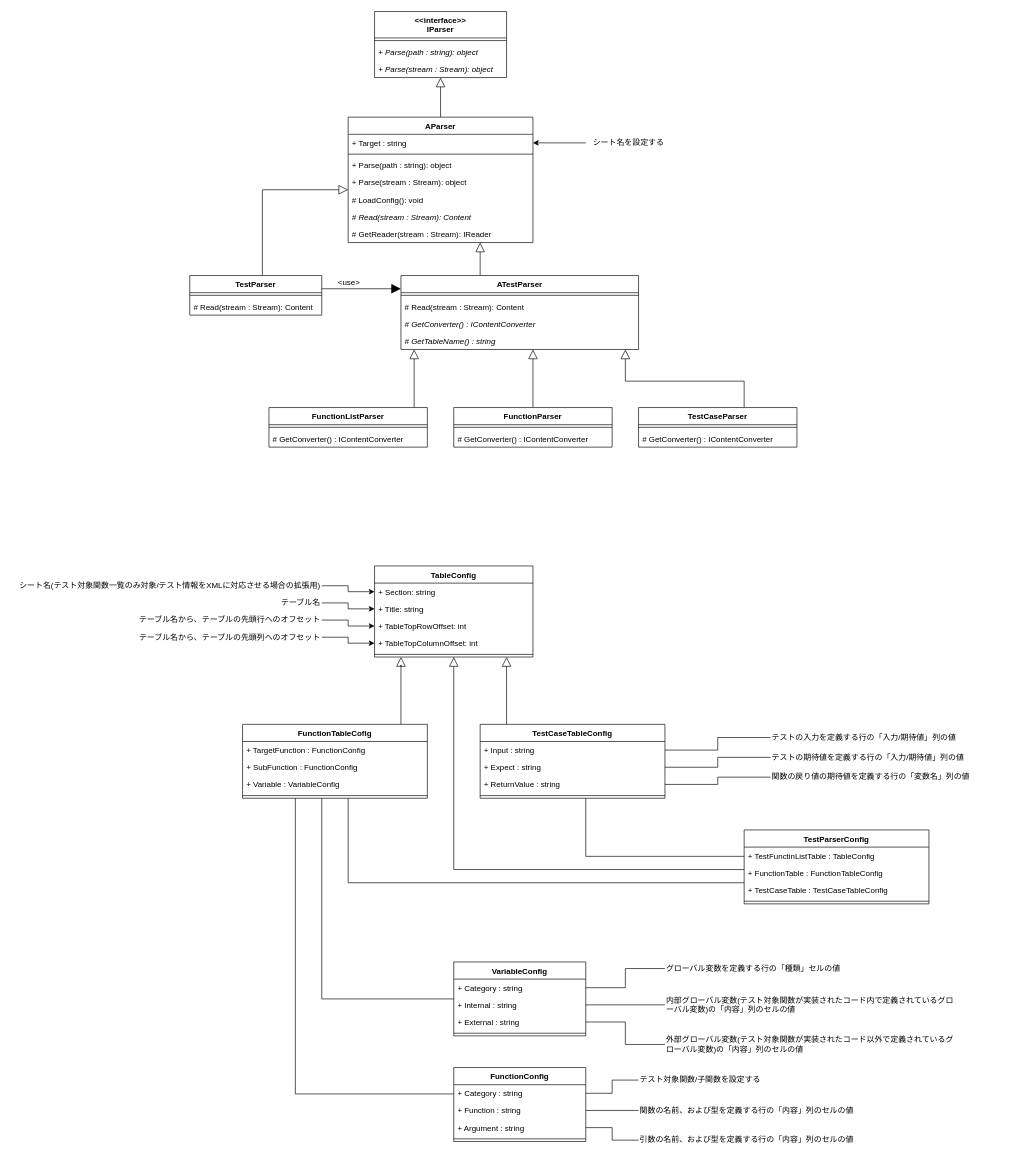
This is doc/design/AutoTestPrep_TestParse_class.drawio from CountrySideEngineer/AutoTestPrep, a draw.io file, before an edit. Source tidied: cells renumbered, new cells numbered last; positions are measured from the earlier drawing's top-left corner, leaving out a move shared by most shapes. Both pictures are drawn from the tidied source at 66%, with x=0, y=0 at pixel (11, 11).
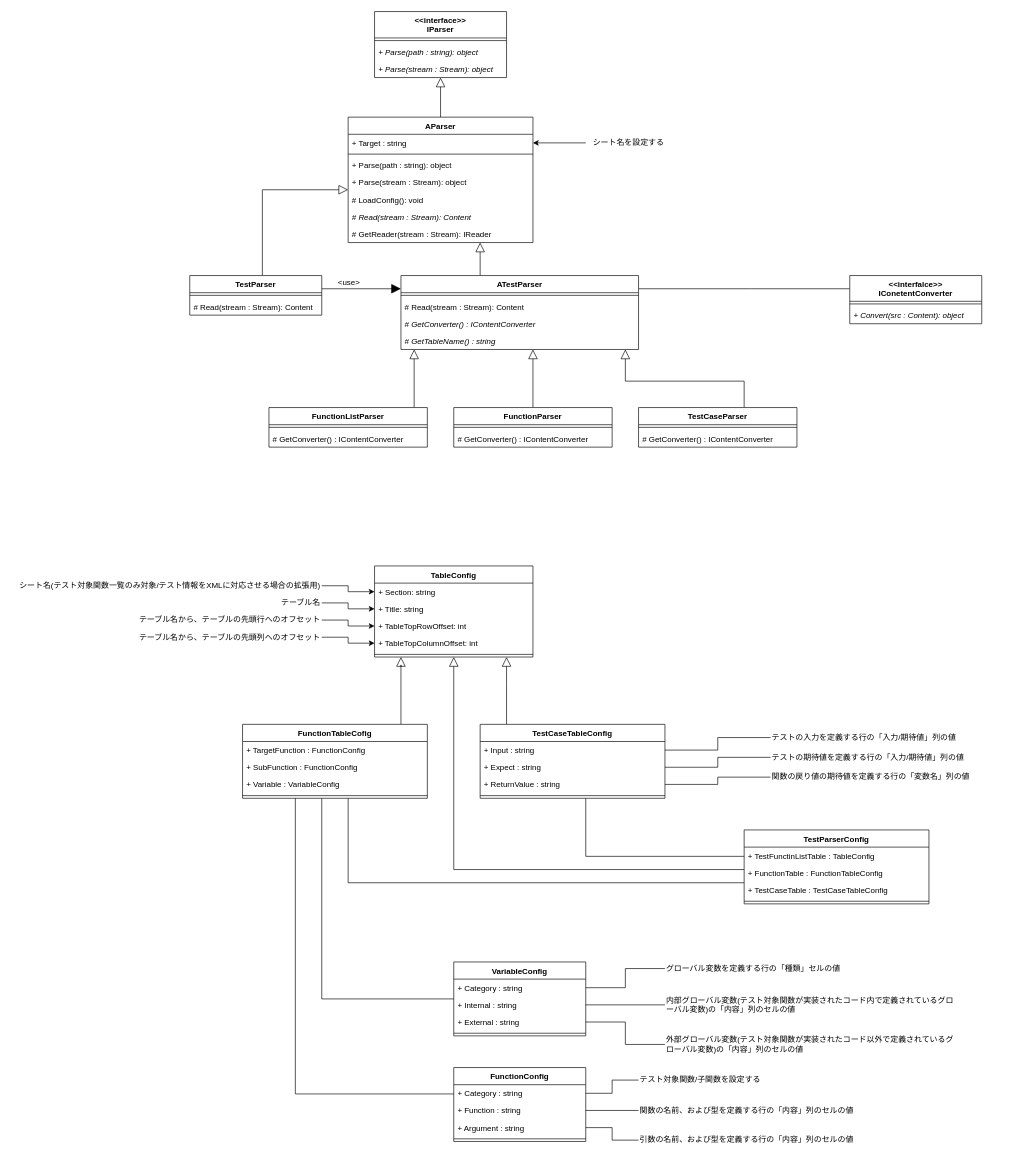
After the change.

Unchanged cells that the change refers to:
```xml
<mxCell id="13" value="ATestParser" style="swimlane;fontStyle=1;align=center;verticalAlign=top;horizontal=1;startSize=26;" parent="1" vertex="1">
  <mxGeometry x="590" y="400" width="360" height="112" as="geometry" />
</mxCell>
```

Diff of the diagram source:
```diff
@@
+    <mxCell id="105" style="edgeStyle=orthogonalEdgeStyle;rounded=0;jettySize=auto;html=1;endArrow=none;endFill=0;" parent="1" edge="1" source="13" target="106">
+      <mxGeometry relative="1" as="geometry">
+        <Array as="points">
+          <mxPoint x="1120" y="420" />
+          <mxPoint x="1120" y="420" />
+        </Array>
+      </mxGeometry>
+    </mxCell>
@@
+    <mxCell id="106" value="&lt;&lt;interfalce&gt;&gt;&#10;IConetentConverter" style="swimlane;fontStyle=1;align=center;verticalAlign=top;horizontal=1;startSize=39;" parent="1" vertex="1">
+      <mxGeometry x="1270" y="400" width="200" height="73" as="geometry" />
+    </mxCell>
+    <mxCell id="107" style="line;strokeWidth=1;fillColor=none;align=left;verticalAlign=middle;spacingTop=-1;spacingLeft=3;spacingRight=3;labelPosition=right;" parent="106" vertex="1">
+      <mxGeometry y="39" width="200" height="8" as="geometry" />
+    </mxCell>
+    <mxCell id="108" value="+ Convert(src : Content): object" style="text;strokeColor=none;fillColor=none;align=left;verticalAlign=top;spacingLeft=4;spacingRight=4;overflow=hidden;fontStyle=2;" parent="106" vertex="1">
+      <mxGeometry y="47" width="200" height="26" as="geometry" />
+    </mxCell>
```
